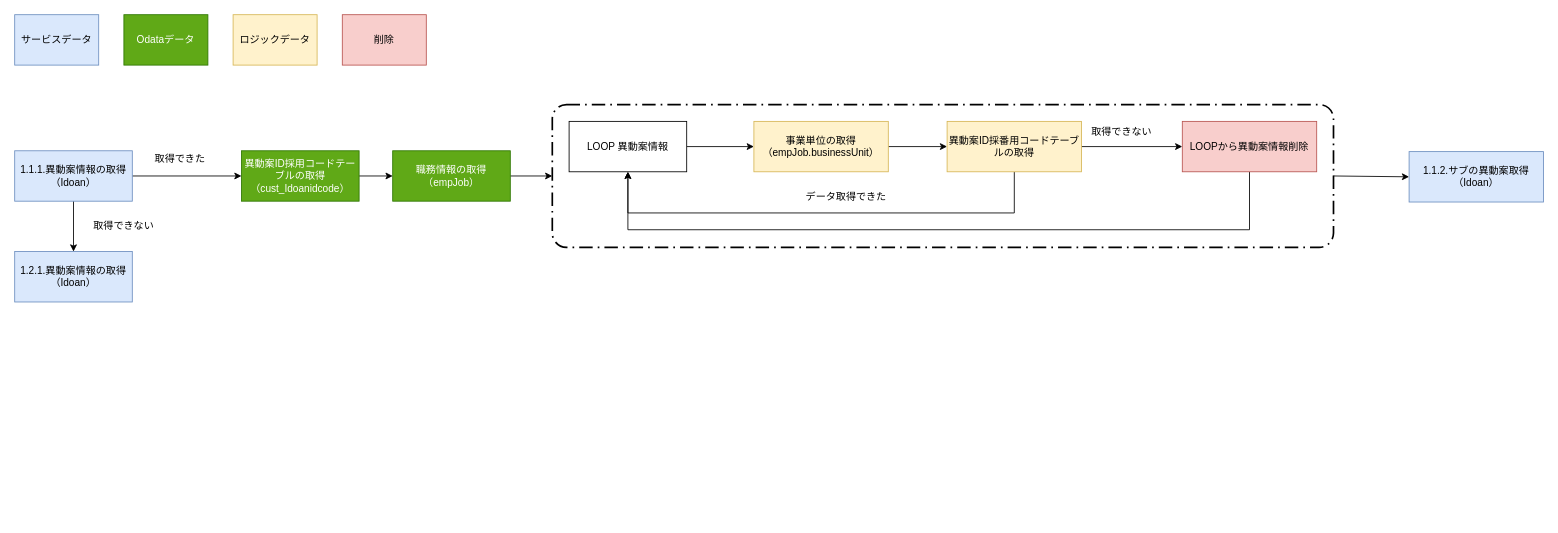
azuma1024/drawio keeps this draw.io diagram as 未命名绘图.drawio. Above is the earlier version. Source tidied: cells renumbered, new cells numbered last; positions are measured from the earlier drawing's top-left corner, leaving out a move shared by most shapes. Both pictures are drawn from the tidied source at 84%, with x=0, y=0 at pixel (14, 14).
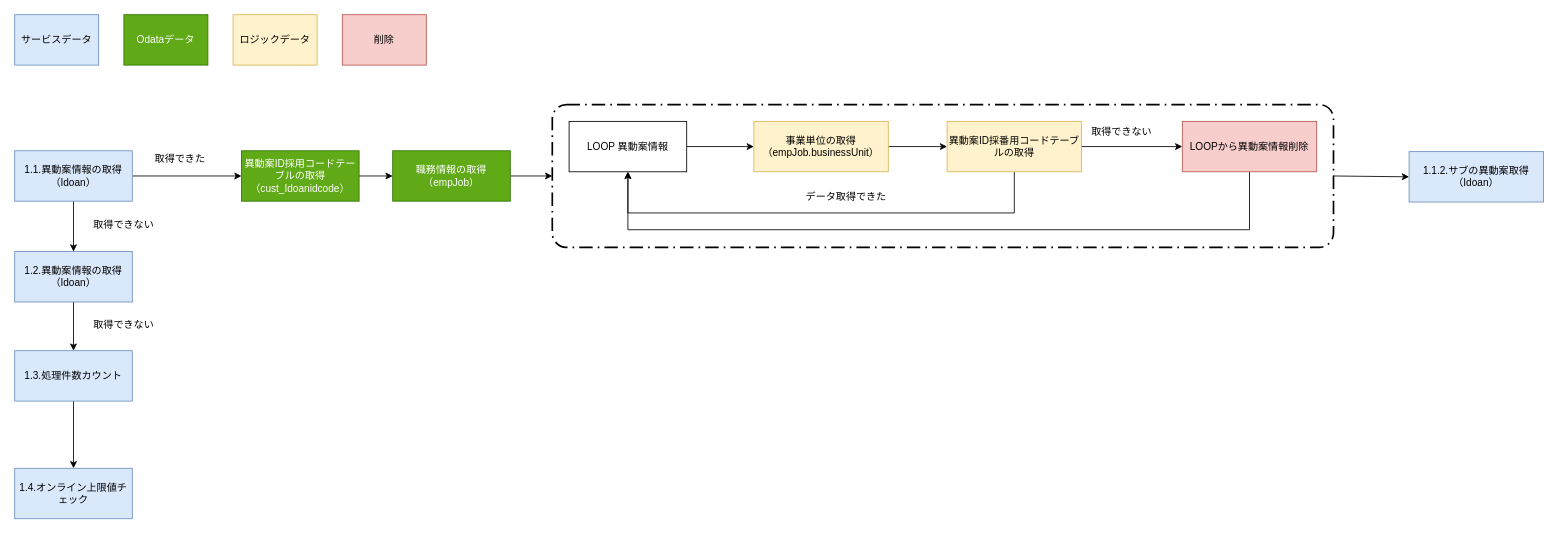
After the change.

Change to the diagram source:
```diff
@@
-    <mxCell id="5" value="1.1.1.異動案情報の取得&lt;br&gt;（Idoan）" style="rounded=0;whiteSpace=wrap;html=1;labelBackgroundColor=none;fillColor=#dae8fc;strokeColor=#6c8ebf;" parent="1" vertex="1">
+    <mxCell id="5" value="1.1.異動案情報の取得&lt;br&gt;（Idoan）" style="rounded=0;whiteSpace=wrap;html=1;labelBackgroundColor=none;fillColor=#dae8fc;strokeColor=#6c8ebf;" parent="1" vertex="1">
       <mxGeometry y="162" width="140" height="60" as="geometry" />
     </mxCell>
+    <mxCell id="30" style="edgeStyle=orthogonalEdgeStyle;rounded=0;jettySize=auto;html=1;" parent="1" edge="1" source="6" target="32">
+      <mxGeometry relative="1" as="geometry" />
+    </mxCell>
-    <mxCell id="6" value="1.2.1.異動案情報の取得&lt;br&gt;（Idoan）" style="rounded=0;whiteSpace=wrap;html=1;labelBackgroundColor=none;fillColor=#dae8fc;strokeColor=#6c8ebf;" parent="1" vertex="1">
+    <mxCell id="6" value="1.2.異動案情報の取得&lt;br&gt;（Idoan）" style="rounded=0;whiteSpace=wrap;html=1;labelBackgroundColor=none;fillColor=#dae8fc;strokeColor=#6c8ebf;" parent="1" vertex="1">
       <mxGeometry y="282" width="140" height="60" as="geometry" />
     </mxCell>
     <mxCell id="7" value="取得できない" style="text;html=1;strokeColor=none;fillColor=none;align=center;verticalAlign=middle;whiteSpace=wrap;rounded=0;labelBackgroundColor=#ffffff;" parent="1" vertex="1">
-      <mxGeometry x="80" y="242" width="100" height="20" as="geometry" />
+      <mxGeometry x="80" y="240" width="100" height="20" as="geometry" />
     </mxCell>
@@
+    <mxCell id="31" style="edgeStyle=orthogonalEdgeStyle;rounded=0;jettySize=auto;html=1;" parent="1" edge="1" source="32" target="34">
+      <mxGeometry relative="1" as="geometry" />
+    </mxCell>
+    <mxCell id="32" value="1.3.処理件数カウント" style="rounded=0;whiteSpace=wrap;html=1;labelBackgroundColor=none;fillColor=#dae8fc;strokeColor=#6c8ebf;" parent="1" vertex="1">
+      <mxGeometry y="400" width="140" height="60" as="geometry" />
+    </mxCell>
+    <mxCell id="33" value="取得できない" style="text;html=1;strokeColor=none;fillColor=none;align=center;verticalAlign=middle;whiteSpace=wrap;rounded=0;labelBackgroundColor=#ffffff;" parent="1" vertex="1">
+      <mxGeometry x="80" y="360" width="100" height="20" as="geometry" />
+    </mxCell>
+    <mxCell id="34" value="1.4.オンライン上限値チェック" style="rounded=0;whiteSpace=wrap;html=1;labelBackgroundColor=none;fillColor=#dae8fc;strokeColor=#6c8ebf;" parent="1" vertex="1">
+      <mxGeometry y="540" width="140" height="60" as="geometry" />
+    </mxCell>
```
